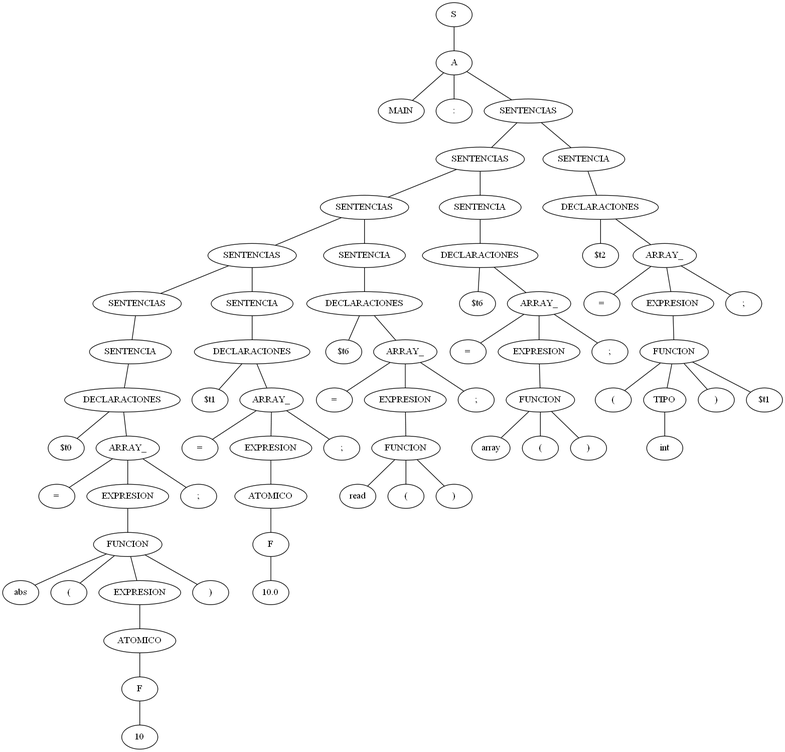
Before: src/ast.png, a diagram exported from Graphviz (PabloOsuna1997/Proyecto_Augus). Its source is kept beside it as src/ast.dot. Source of this version:
```dot
graph ""{
n001;
n001 [label="10"] ;
n002;
n002 [label="F"] ;
n002 -- n001;
n003;
n003 [label="ATOMICO"] ;
n003 -- n002;
n004;
n004 [label="abs"] ;
n005;
n005 [label="("] ;
n006;
n006 [label="EXPRESION"] ;
n006 -- n003;
n007;
n007 [label=")"] ;
n008;
n008 [label="FUNCION"] ;
n008 -- n004;
n008 -- n005;
n008 -- n006;
n008 -- n007;
n009 [label="="] ;
n0010 [label="EXPRESION"] ;
n0010 -- n008;
n0011 [label=";"] ;
n0013 [label="$t0"] ;
n0014 [label="ARRAY_"] ;
n0014 -- n009;
n0014 -- n0010;
n0014 -- n0011;
n0016 [label="DECLARACIONES"] ;
n0016 -- n0013;
n0016 -- n0014;
n0018 [label="SENTENCIA"] ;
n0018 -- n0016;
n0019;
n0019 [label="10.0"] ;
n0020;
n0020 [label="F"] ;
n0020 -- n0019;
n0021;
n0021 [label="ATOMICO"] ;
n0021 -- n0020;
n0022 [label="="] ;
n0023 [label="EXPRESION"] ;
n0023 -- n0021;
n0024 [label=";"] ;
n0026 [label="$t1"] ;
n0027 [label="ARRAY_"] ;
n0027 -- n0022;
n0027 -- n0023;
n0027 -- n0024;
n0029 [label="DECLARACIONES"] ;
n0029 -- n0026;
n0029 -- n0027;
n0031 [label="SENTENCIAS"] ;
n0031 -- n0018;
n0032 [label="SENTENCIA"] ;
n0032 -- n0029;
n0034 [label="read"] ;
n0035 [label="("] ;
n0036 [label=")"] ;
n0037;
n0037 [label="FUNCION"] ;
n0037 -- n0034;
n0037 -- n0035;
n0037 -- n0036;
n0038 [label="="] ;
n0039 [label="EXPRESION"] ;
n0039 -- n0037;
n0040 [label=";"] ;
n0042 [label="$t6"] ;
n0043 [label="ARRAY_"] ;
n0043 -- n0038;
n0043 -- n0039;
n0043 -- n0040;
n0045 [label="DECLARACIONES"] ;
n0045 -- n0042;
n0045 -- n0043;
n0047 [label="SENTENCIAS"] ;
n0047 -- n0031;
n0047 -- n0032;
n0048 [label="SENTENCIA"] ;
n0048 -- n0045;
n0050;
n0050 [label="array"] ;
n0051;
n0051 [label="("] ;
n0052;
n0052 [label=")"] ;
n0053;
n0053 [label="FUNCION"] ;
n0053 -- n0050;
n0053 -- n0051;
n0053 -- n0052;
n0054 [label="="] ;
n0055 [label="EXPRESION"] ;
n0055 -- n0053;
n0056 [label=";"] ;
n0058 [label="$t6"] ;
n0059 [label="ARRAY_"] ;
n0059 -- n0054;
n0059 -- n0055;
n0059 -- n0056;
n0061 [label="DECLARACIONES"] ;
n0061 -- n0058;
n0061 -- n0059;
n0063 [label="SENTENCIAS"] ;
n0063 -- n0047;
n0063 -- n0048;
n0064 [label="SENTENCIA"] ;
n0064 -- n0061;
n0065;
n0065 [label="int"] ;
n0066;
n0066 [label="("] ;
n0067;
n0067 [label="TIPO"] ;
n0067 -- n0065;
n0068;
n0068 [label=")"] ;
n0069;
n0069 [label="$t1"] ;
n0071;
n0071 [label="FUNCION"] ;
n0071 -- n0066;
n0071 -- n0067;
n0071 -- n0068;
n0071 -- n0069;
n0072 [label="="] ;
n0073 [label="EXPRESION"] ;
n0073 -- n0071;
n0074 [label=";"] ;
n0076 [label="$t2"] ;
n0077 [label="ARRAY_"] ;
n0077 -- n0072;
n0077 -- n0073;
n0077 -- n0074;
n0079 [label="DECLARACIONES"] ;
n0079 -- n0076;
n0079 -- n0077;
n0081 [label="SENTENCIAS"] ;
n0081 -- n0063;
n0081 -- n0064;
n0082 [label="SENTENCIA"] ;
n0082 -- n0079;
n0084 [label="MAIN"] ;
n0085 [label=":"] ;
n0086 [label="SENTENCIAS"] ;
n0086 -- n0081;
n0086 -- n0082;
n0087 [label="A"] ;
n0087 -- n0084;
n0087 -- n0085;
n0087 -- n0086;
n0088 [label="S"] ;
n0088 -- n0087;
}
```
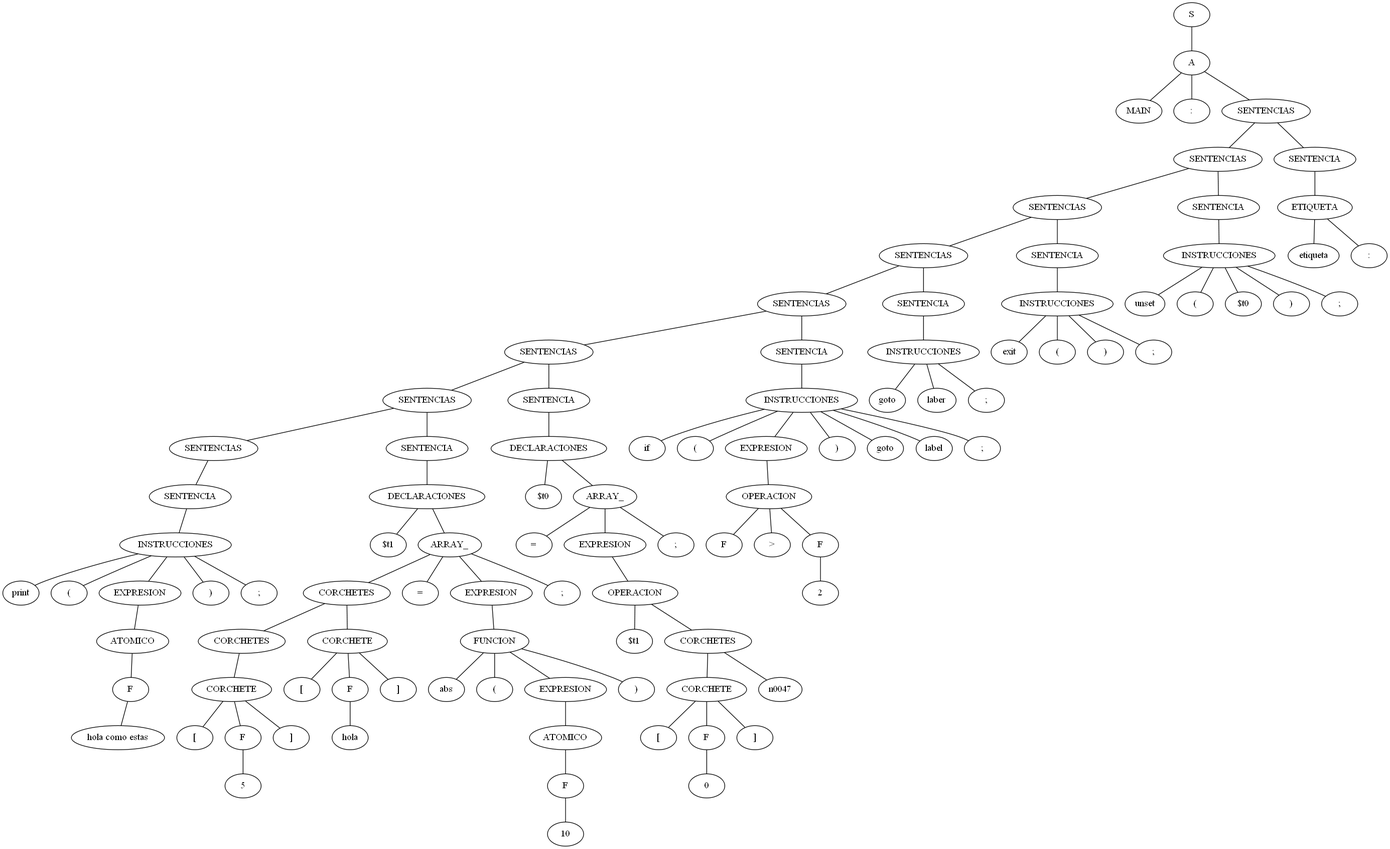
Later version of the same file.

The edit, as a diff of the source:
```diff
@@ -1,161 +1,231 @@
 graph ""{
 n001;
-n001 [label="10"] ;
+n001 [label="hola como estas"] ;
 n002;
 n002 [label="F"] ;
 n002 -- n001;
 n003;
 n003 [label="ATOMICO"] ;
 n003 -- n002;
-n004;
-n004 [label="abs"] ;
-n005;
+n004 [label="print"] ;
 n005 [label="("] ;
-n006;
 n006 [label="EXPRESION"] ;
+n007 [label=")"] ;
+n008 [label=";"] ;
 n006 -- n003;
-n007;
-n007 [label=")"] ;
-n008;
-n008 [label="FUNCION"] ;
-n008 -- n004;
-n008 -- n005;
-n008 -- n006;
-n008 -- n007;
-n009 [label="="] ;
-n0010 [label="EXPRESION"] ;
-n0010 -- n008;
-n0011 [label=";"] ;
-n0013 [label="$t0"] ;
-n0014 [label="ARRAY_"] ;
-n0014 -- n009;
-n0014 -- n0010;
-n0014 -- n0011;
-n0016 [label="DECLARACIONES"] ;
+n009 [label="INSTRUCCIONES"] ;
+n009 -- n004;
+n009 -- n005;
+n009 -- n006;
+n009 -- n007;
+n009 -- n008;
+n0011 [label="SENTENCIA"] ;
+n0011 -- n009;
+n0012;
+n0012 [label="5"] ;
+n0013;
+n0013 [label="["] ;
+n0014 [label="F"] ;
+n0014 -- n0012;
+n0015 [label="]"] ;
+n0016 [label="CORCHETE"] ;
 n0016 -- n0013;
 n0016 -- n0014;
-n0018 [label="SENTENCIA"] ;
-n0018 -- n0016;
-n0019;
-n0019 [label="10.0"] ;
-n0020;
-n0020 [label="F"] ;
-n0020 -- n0019;
-n0021;
-n0021 [label="ATOMICO"] ;
-n0021 -- n0020;
-n0022 [label="="] ;
-n0023 [label="EXPRESION"] ;
-n0023 -- n0021;
-n0024 [label=";"] ;
-n0026 [label="$t1"] ;
-n0027 [label="ARRAY_"] ;
-n0027 -- n0022;
-n0027 -- n0023;
-n0027 -- n0024;
-n0029 [label="DECLARACIONES"] ;
-n0029 -- n0026;
-n0029 -- n0027;
-n0031 [label="SENTENCIAS"] ;
-n0031 -- n0018;
-n0032 [label="SENTENCIA"] ;
-n0032 -- n0029;
-n0034 [label="read"] ;
-n0035 [label="("] ;
-n0036 [label=")"] ;
-n0037;
-n0037 [label="FUNCION"] ;
-n0037 -- n0034;
-n0037 -- n0035;
-n0037 -- n0036;
-n0038 [label="="] ;
-n0039 [label="EXPRESION"] ;
-n0039 -- n0037;
-n0040 [label=";"] ;
-n0042 [label="$t6"] ;
-n0043 [label="ARRAY_"] ;
-n0043 -- n0038;
-n0043 -- n0039;
-n0043 -- n0040;
-n0045 [label="DECLARACIONES"] ;
-n0045 -- n0042;
-n0045 -- n0043;
-n0047 [label="SENTENCIAS"] ;
-n0047 -- n0031;
-n0047 -- n0032;
-n0048 [label="SENTENCIA"] ;
-n0048 -- n0045;
+n0016 -- n0015;
+n0017;
+n0017 [label="hola"] ;
+n0018;
+n0018 [label="["] ;
+n0019 [label="F"] ;
+n0019 -- n0017;
+n0020 [label="]"] ;
+n0021 [label="CORCHETES"] ;
+n0021 -- n0016;
+n0022 [label="CORCHETE"] ;
+n0022 -- n0018;
+n0022 -- n0019;
+n0022 -- n0020;
+n0023;
+n0023 [label="10"] ;
+n0024;
+n0024 [label="F"] ;
+n0024 -- n0023;
+n0025;
+n0025 [label="ATOMICO"] ;
+n0025 -- n0024;
+n0026;
+n0026 [label="abs"] ;
+n0027;
+n0027 [label="("] ;
+n0028;
+n0028 [label="EXPRESION"] ;
+n0028 -- n0025;
+n0029;
+n0029 [label=")"] ;
+n0030;
+n0030 [label="FUNCION"] ;
+n0030 -- n0026;
+n0030 -- n0027;
+n0030 -- n0028;
+n0030 -- n0029;
+n0031 [label="CORCHETES"] ;
+n0031 -- n0021;
+n0031 -- n0022;
+n0032 [label="="] ;
+n0033 [label="EXPRESION"] ;
+n0033 -- n0030;
+n0034 [label=";"] ;
+n0035 [label="$t1"] ;
+n0036 [label="ARRAY_"] ;
+n0036 -- n0031;
+n0036 -- n0032;
+n0036 -- n0033;
+n0036 -- n0034;
+n0038 [label="DECLARACIONES"] ;
+n0038 -- n0035;
+n0038 -- n0036;
+n0040 [label="SENTENCIAS"] ;
+n0040 -- n0011;
+n0041 [label="SENTENCIA"] ;
+n0041 -- n0038;
+n0042;
+n0042 [label="0"] ;
+n0043;
+n0043 [label="["] ;
+n0044 [label="F"] ;
+n0044 -- n0042;
+n0045 [label="]"] ;
+n0046 [label="CORCHETE"] ;
+n0046 -- n0043;
+n0046 -- n0044;
+n0046 -- n0045;
+n0048;
+n0048 [label="$t1"] ;
+n0049;
+n0049 [label="CORCHETES"] ;
+n0049 -- n0046;
+n0049 -- n0047;
 n0050;
-n0050 [label="array"] ;
-n0051;
-n0051 [label="("] ;
-n0052;
-n0052 [label=")"] ;
-n0053;
-n0053 [label="FUNCION"] ;
-n0053 -- n0050;
-n0053 -- n0051;
-n0053 -- n0052;
-n0054 [label="="] ;
-n0055 [label="EXPRESION"] ;
-n0055 -- n0053;
-n0056 [label=";"] ;
-n0058 [label="$t6"] ;
-n0059 [label="ARRAY_"] ;
-n0059 -- n0054;
-n0059 -- n0055;
-n0059 -- n0056;
-n0061 [label="DECLARACIONES"] ;
+n0050 [label="OPERACION"] ;
+n0050 -- n0048;
+n0050 -- n0049;
+n0051 [label="="] ;
+n0052 [label="EXPRESION"] ;
+n0052 -- n0050;
+n0053 [label=";"] ;
+n0055 [label="$t0"] ;
+n0056 [label="ARRAY_"] ;
+n0056 -- n0051;
+n0056 -- n0052;
+n0056 -- n0053;
+n0058 [label="DECLARACIONES"] ;
+n0058 -- n0055;
+n0058 -- n0056;
+n0060 [label="SENTENCIAS"] ;
+n0060 -- n0040;
+n0060 -- n0041;
+n0061 [label="SENTENCIA"] ;
 n0061 -- n0058;
-n0061 -- n0059;
-n0063 [label="SENTENCIAS"] ;
-n0063 -- n0047;
-n0063 -- n0048;
-n0064 [label="SENTENCIA"] ;
-n0064 -- n0061;
+n0062;
+n0062 [label="3"] ;
+n0062;
+n0062 [label=">"] ;
+n0062;
+n0062 [label="2"] ;
+n0063;
+n0063 [label="F"] ;
+n0064;
+n0064 [label=">"] ;
 n0065;
-n0065 [label="int"] ;
+n0065 [label="F"] ;
+n0065 -- n0062;
 n0066;
-n0066 [label="("] ;
-n0067;
-n0067 [label="TIPO"] ;
-n0067 -- n0065;
-n0068;
-n0068 [label=")"] ;
-n0069;
-n0069 [label="$t1"] ;
-n0071;
-n0071 [label="FUNCION"] ;
-n0071 -- n0066;
-n0071 -- n0067;
-n0071 -- n0068;
-n0071 -- n0069;
-n0072 [label="="] ;
-n0073 [label="EXPRESION"] ;
-n0073 -- n0071;
-n0074 [label=";"] ;
-n0076 [label="$t2"] ;
-n0077 [label="ARRAY_"] ;
-n0077 -- n0072;
-n0077 -- n0073;
+n0066 [label="OPERACION"] ;
+n0066 -- n0063;
+n0066 -- n0064;
+n0066 -- n0065;
+n0067 [label="if"] ;
+n0068 [label="("] ;
+n0069 [label="EXPRESION"] ;
+n0070 [label=")"] ;
+n0071 [label="goto"] ;
+n0072 [label="label"] ;
+n0073 [label=";"] ;
+n0069 -- n0066;
+n0074 [label="INSTRUCCIONES"] ;
+n0074 -- n0067;
+n0074 -- n0068;
+n0074 -- n0069;
+n0074 -- n0070;
+n0074 -- n0071;
+n0074 -- n0072;
+n0074 -- n0073;
+n0076 [label="SENTENCIAS"] ;
+n0076 -- n0060;
+n0076 -- n0061;
+n0077 [label="SENTENCIA"] ;
 n0077 -- n0074;
-n0079 [label="DECLARACIONES"] ;
-n0079 -- n0076;
-n0079 -- n0077;
-n0081 [label="SENTENCIAS"] ;
-n0081 -- n0063;
-n0081 -- n0064;
-n0082 [label="SENTENCIA"] ;
+n0079 [label="goto"] ;
+n0080 [label="laber"] ;
+n0081 [label=";"] ;
+n0082 [label="INSTRUCCIONES"] ;
 n0082 -- n0079;
-n0084 [label="MAIN"] ;
-n0085 [label=":"] ;
-n0086 [label="SENTENCIAS"] ;
-n0086 -- n0081;
-n0086 -- n0082;
-n0087 [label="A"] ;
-n0087 -- n0084;
-n0087 -- n0085;
-n0087 -- n0086;
-n0088 [label="S"] ;
-n0088 -- n0087;
+n0082 -- n0080;
+n0082 -- n0081;
+n0084 [label="SENTENCIAS"] ;
+n0084 -- n0076;
+n0084 -- n0077;
+n0085 [label="SENTENCIA"] ;
+n0085 -- n0082;
+n0087 [label="exit"] ;
+n0088 [label="("] ;
+n0089 [label=")"] ;
+n0090 [label=";"] ;
+n0091 [label="INSTRUCCIONES"] ;
+n0091 -- n0087;
+n0091 -- n0088;
+n0091 -- n0089;
+n0091 -- n0090;
+n0093 [label="SENTENCIAS"] ;
+n0093 -- n0084;
+n0093 -- n0085;
+n0094 [label="SENTENCIA"] ;
+n0094 -- n0091;
+n0096 [label="unset"] ;
+n0097 [label="("] ;
+n0098 [label="$t0"] ;
+n0099 [label=")"] ;
+n00100 [label=";"] ;
+n00101 [label="INSTRUCCIONES"] ;
+n00101 -- n0096;
+n00101 -- n0097;
+n00101 -- n0098;
+n00101 -- n0099;
+n00101 -- n00100;
+n00103 [label="SENTENCIAS"] ;
+n00103 -- n0093;
+n00103 -- n0094;
+n00104 [label="SENTENCIA"] ;
+n00104 -- n00101;
+n00106 [label="etiqueta"] ;
+n00107 [label=":"] ;
+n00108 [label="ETIQUETA"] ;
+n00108 -- n00106;
+n00108 -- n00107;
+n00110 [label="SENTENCIAS"] ;
+n00110 -- n00103;
+n00110 -- n00104;
+n00111 [label="SENTENCIA"] ;
+n00111 -- n00108;
+n00113 [label="MAIN"] ;
+n00114 [label=":"] ;
+n00115 [label="SENTENCIAS"] ;
+n00115 -- n00110;
+n00115 -- n00111;
+n00116 [label="A"] ;
+n00116 -- n00113;
+n00116 -- n00114;
+n00116 -- n00115;
+n00117 [label="S"] ;
+n00117 -- n00116;
 }
```
